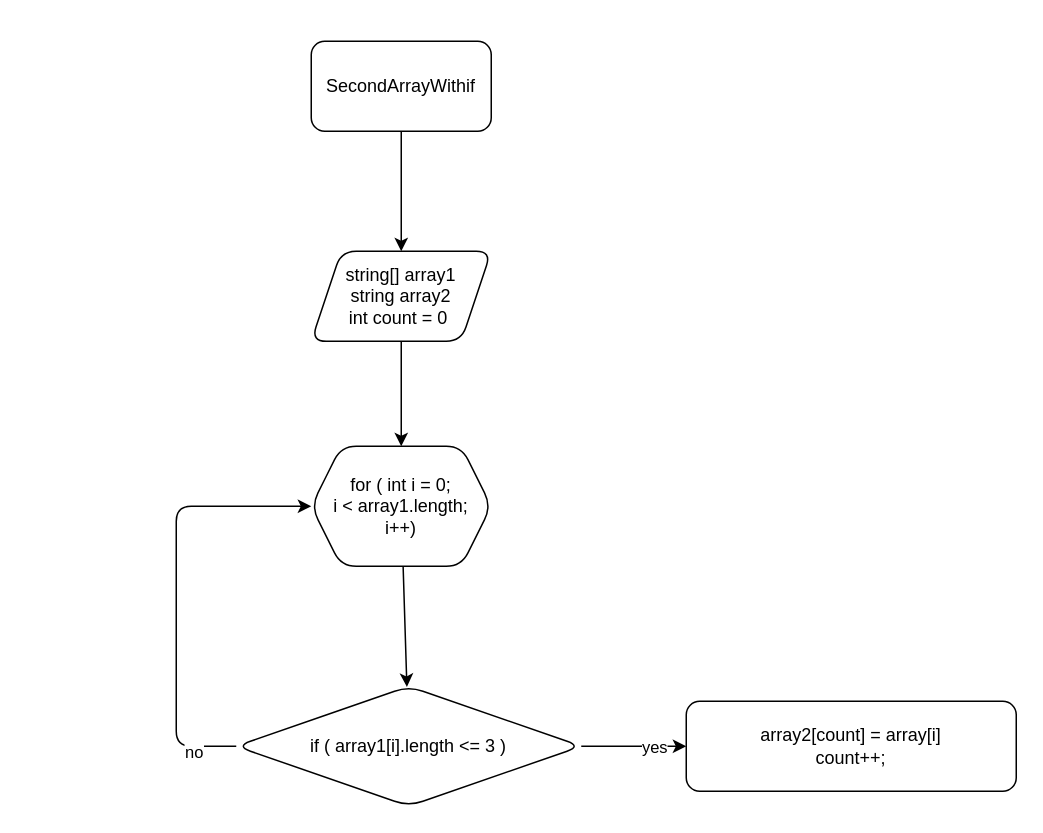
Before: MainMetod.drawio in Arromanov1985/HW_final_Romanov, a draw.io diagram. Source tidied: cells renumbered, new cells numbered last; positions are measured from the earlier drawing's top-left corner, leaving out a move shared by most shapes. Both pictures are drawn from the tidied source at 150%, with x=0, y=0 at pixel (176, 40).
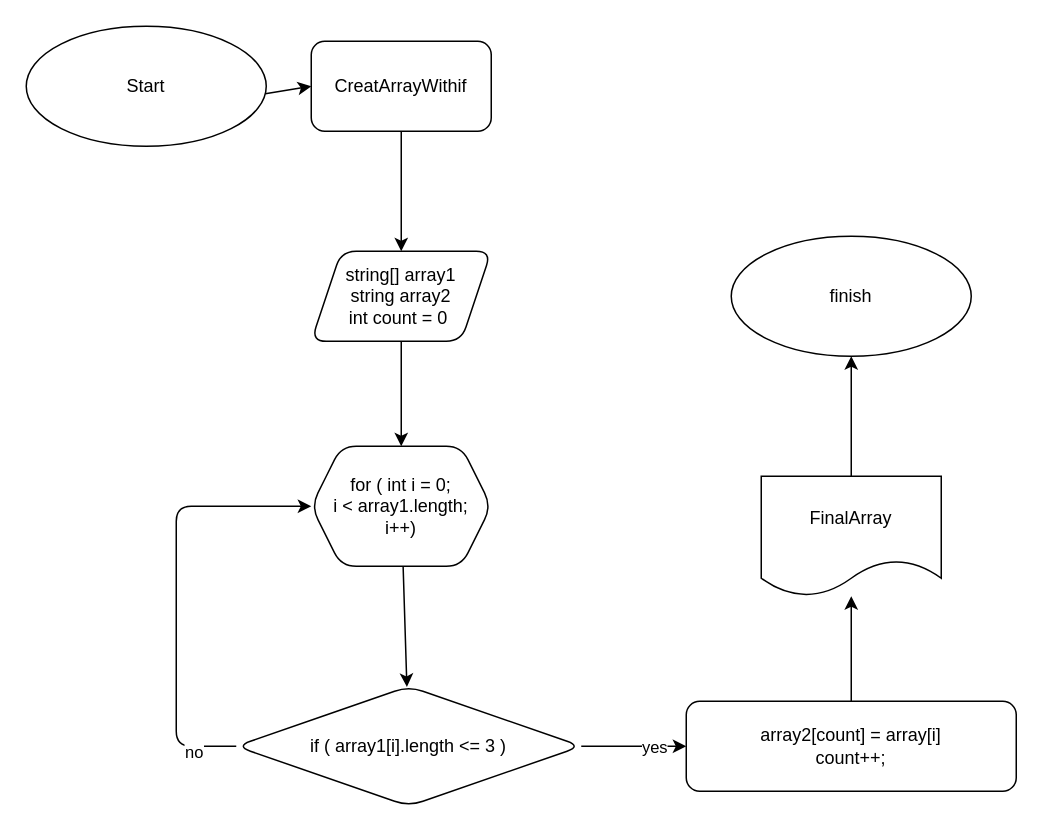
After the change.

The change refers to these unchanged cells:
```xml
<mxCell id="13" value="array2[count] = array[i]&lt;br&gt;count++;" style="whiteSpace=wrap;html=1;rounded=1;" parent="1" vertex="1">
  <mxGeometry x="340" y="440" width="220" height="60" as="geometry" />
</mxCell>
```

Change to the diagram source:
```diff
@@
-    <mxCell id="3" value="SecondArrayWithif" style="rounded=1;whiteSpace=wrap;html=1;" parent="1" vertex="1">
+    <mxCell id="3" value="CreatArrayWithif" style="rounded=1;whiteSpace=wrap;html=1;" parent="1" vertex="1">
       <mxGeometry x="90" width="120" height="60" as="geometry" />
     </mxCell>
@@
+    <mxCell id="14" style="edgeStyle=none;html=1;" parent="1" edge="1" source="13" target="16">
+      <mxGeometry relative="1" as="geometry" />
+    </mxCell>
@@
+    <mxCell id="15" style="edgeStyle=none;html=1;" parent="1" edge="1" source="16" target="17">
+      <mxGeometry relative="1" as="geometry" />
+    </mxCell>
+    <mxCell id="16" value="FinalArray" style="shape=document;whiteSpace=wrap;html=1;boundedLbl=1;rounded=1;" parent="1" vertex="1">
+      <mxGeometry x="390" y="290" width="120" height="80" as="geometry" />
+    </mxCell>
+    <mxCell id="17" value="finish" style="ellipse;whiteSpace=wrap;html=1;rounded=1;" parent="1" vertex="1">
+      <mxGeometry x="370" y="130" width="160" height="80" as="geometry" />
+    </mxCell>
+    <mxCell id="18" style="edgeStyle=none;html=1;" parent="1" edge="1" source="19" target="3">
+      <mxGeometry relative="1" as="geometry" />
+    </mxCell>
+    <mxCell id="19" value="Start" style="ellipse;whiteSpace=wrap;html=1;rounded=1;" parent="1" vertex="1">
+      <mxGeometry x="-100" y="-10" width="160" height="80" as="geometry" />
+    </mxCell>
```
